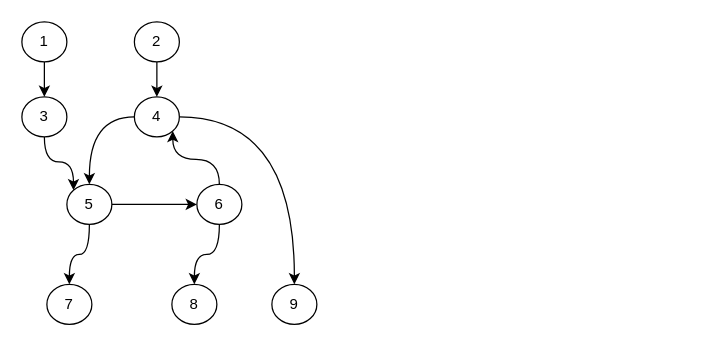
This is page "第 2 页" (2 of 2) of verilator_digrams/专用硬件2_10.drawio from Dercury/CLDK, a draw.io file, before an edit. Source tidied: cells renumbered, new cells numbered last; positions are measured from the earlier drawing's top-left corner, leaving out a move shared by most shapes. Both pictures are drawn from the tidied source at 125%, with x=0, y=0 at pixel (21, 21).
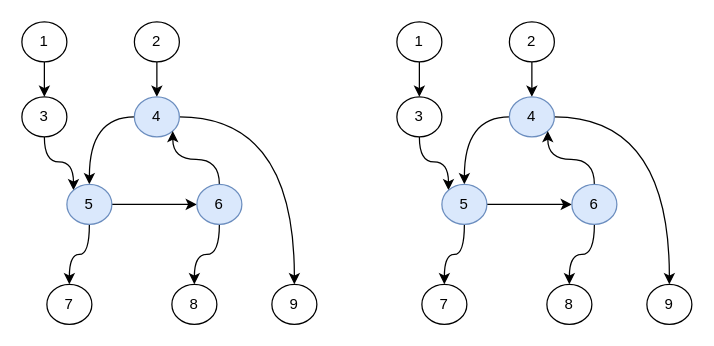
After the change.

Commit message (it also covers changes not shown here):
更新专用硬件2_10.drawio

Diff of the diagram source:
```diff
@@
-    <mxCell id="10" value="4" style="ellipse;whiteSpace=wrap;html=1;" parent="1" vertex="1">
+    <mxCell id="10" value="4" style="ellipse;whiteSpace=wrap;html=1;fillColor=#dae8fc;strokeColor=#6c8ebf;" parent="1" vertex="1">
       <mxGeometry x="90" y="60" width="36" height="32" as="geometry" />
     </mxCell>
@@
-    <mxCell id="13" value="5" style="ellipse;whiteSpace=wrap;html=1;" parent="1" vertex="1">
+    <mxCell id="13" value="5" style="ellipse;whiteSpace=wrap;html=1;fillColor=#dae8fc;strokeColor=#6c8ebf;" parent="1" vertex="1">
       <mxGeometry x="36" y="130" width="36" height="32" as="geometry" />
     </mxCell>
@@
-    <mxCell id="16" value="6" style="ellipse;whiteSpace=wrap;html=1;" parent="1" vertex="1">
+    <mxCell id="16" value="6" style="ellipse;whiteSpace=wrap;html=1;fillColor=#dae8fc;strokeColor=#6c8ebf;" parent="1" vertex="1">
       <mxGeometry x="140" y="130" width="36" height="32" as="geometry" />
     </mxCell>
@@
+    <mxCell id="20" style="edgeStyle=orthogonalEdgeStyle;rounded=0;jettySize=auto;html=1;curved=1;" parent="1" edge="1" source="21" target="25">
+      <mxGeometry relative="1" as="geometry" />
+    </mxCell>
+    <mxCell id="21" value="1" style="ellipse;whiteSpace=wrap;html=1;" parent="1" vertex="1">
+      <mxGeometry x="300" width="36" height="32" as="geometry" />
+    </mxCell>
+    <mxCell id="22" style="edgeStyle=orthogonalEdgeStyle;rounded=0;jettySize=auto;html=1;curved=1;" parent="1" edge="1" source="23" target="28">
+      <mxGeometry relative="1" as="geometry" />
+    </mxCell>
+    <mxCell id="23" value="2" style="ellipse;whiteSpace=wrap;html=1;" parent="1" vertex="1">
+      <mxGeometry x="390" width="36" height="32" as="geometry" />
+    </mxCell>
+    <mxCell id="24" style="edgeStyle=orthogonalEdgeStyle;rounded=0;jettySize=auto;html=1;curved=1;entryX=0;entryY=0;entryDx=0;entryDy=0;" parent="1" edge="1" source="25" target="31">
+      <mxGeometry relative="1" as="geometry" />
+    </mxCell>
+    <mxCell id="25" value="3" style="ellipse;whiteSpace=wrap;html=1;" parent="1" vertex="1">
+      <mxGeometry x="300" y="60" width="36" height="32" as="geometry" />
+    </mxCell>
+    <mxCell id="26" style="edgeStyle=orthogonalEdgeStyle;rounded=0;jettySize=auto;html=1;curved=1;" parent="1" edge="1" source="28" target="31">
+      <mxGeometry relative="1" as="geometry" />
+    </mxCell>
+    <mxCell id="27" style="edgeStyle=orthogonalEdgeStyle;rounded=0;jettySize=auto;html=1;exitX=1;exitY=0.5;exitDx=0;exitDy=0;curved=1;" parent="1" edge="1" source="28" target="36">
+      <mxGeometry relative="1" as="geometry" />
+    </mxCell>
+    <mxCell id="28" value="4" style="ellipse;whiteSpace=wrap;html=1;fillColor=#dae8fc;strokeColor=#6c8ebf;" parent="1" vertex="1">
+      <mxGeometry x="390" y="60" width="36" height="32" as="geometry" />
+    </mxCell>
+    <mxCell id="29" style="edgeStyle=orthogonalEdgeStyle;rounded=0;jettySize=auto;html=1;" parent="1" edge="1" source="31" target="34">
+      <mxGeometry relative="1" as="geometry" />
+    </mxCell>
+    <mxCell id="30" style="edgeStyle=orthogonalEdgeStyle;rounded=0;jettySize=auto;html=1;curved=1;" parent="1" edge="1" source="31" target="35">
+      <mxGeometry relative="1" as="geometry" />
+    </mxCell>
+    <mxCell id="31" value="5" style="ellipse;whiteSpace=wrap;html=1;fillColor=#dae8fc;strokeColor=#6c8ebf;" parent="1" vertex="1">
+      <mxGeometry x="336" y="130" width="36" height="32" as="geometry" />
+    </mxCell>
+    <mxCell id="32" style="edgeStyle=orthogonalEdgeStyle;rounded=0;jettySize=auto;html=1;curved=1;exitX=0.5;exitY=0;exitDx=0;exitDy=0;entryX=1;entryY=1;entryDx=0;entryDy=0;" parent="1" edge="1" source="34" target="28">
+      <mxGeometry relative="1" as="geometry" />
+    </mxCell>
+    <mxCell id="33" style="edgeStyle=orthogonalEdgeStyle;rounded=0;jettySize=auto;html=1;exitX=0.5;exitY=1;exitDx=0;exitDy=0;curved=1;" parent="1" edge="1" source="34" target="37">
+      <mxGeometry relative="1" as="geometry" />
+    </mxCell>
+    <mxCell id="34" value="6" style="ellipse;whiteSpace=wrap;html=1;fillColor=#dae8fc;strokeColor=#6c8ebf;" parent="1" vertex="1">
+      <mxGeometry x="440" y="130" width="36" height="32" as="geometry" />
+    </mxCell>
+    <mxCell id="35" value="7" style="ellipse;whiteSpace=wrap;html=1;" parent="1" vertex="1">
+      <mxGeometry x="320" y="210" width="36" height="32" as="geometry" />
+    </mxCell>
+    <mxCell id="36" value="9" style="ellipse;whiteSpace=wrap;html=1;" parent="1" vertex="1">
+      <mxGeometry x="500" y="210" width="36" height="32" as="geometry" />
+    </mxCell>
+    <mxCell id="37" value="8" style="ellipse;whiteSpace=wrap;html=1;" parent="1" vertex="1">
+      <mxGeometry x="420" y="210" width="36" height="32" as="geometry" />
+    </mxCell>
```
